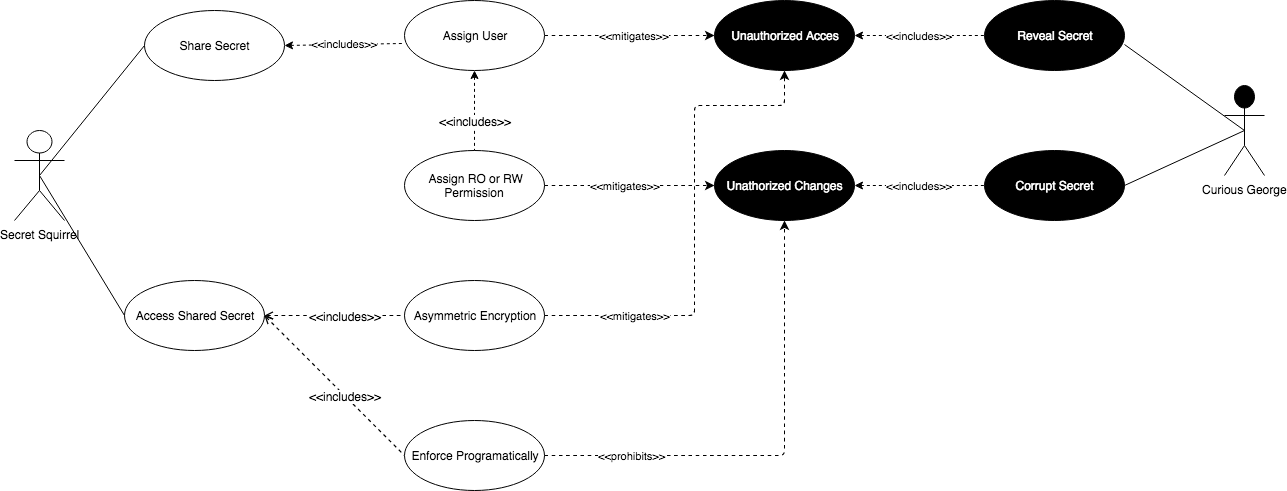
Earlier version of the draw.io export Images/Use Cases-Sharing.png (sdfrench/CYBR8420-GotRoot). Source tidied: cells renumbered, new cells last; positions are measured from the earlier drawing's top-left corner, leaving out a move shared by most shapes.
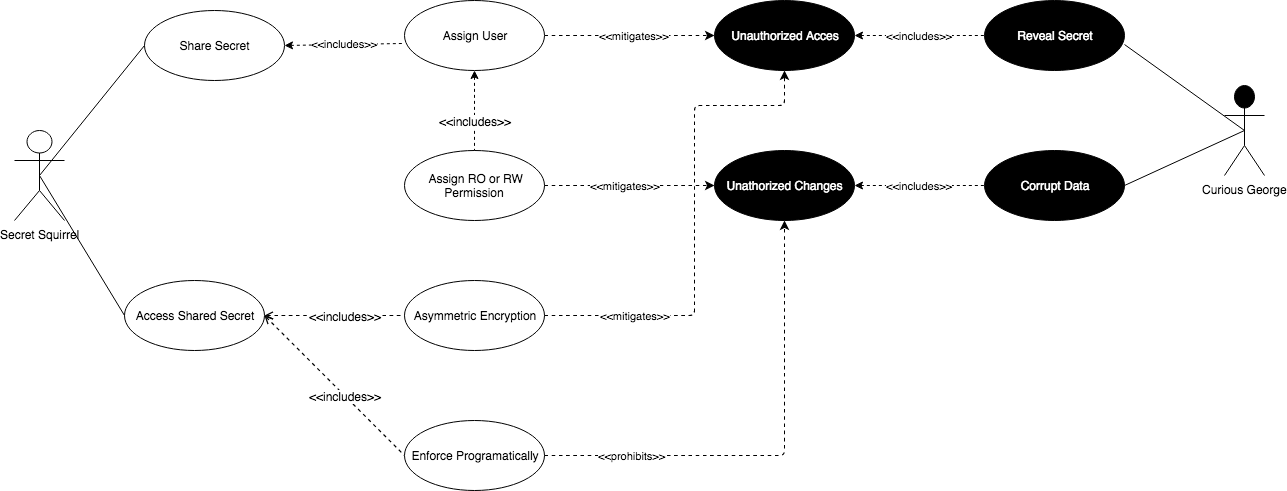
After the commit.

Diff of the diagram source:
```diff
@@ -19,7 +19,7 @@
     <mxCell id="6" value="Secret Squirrel" style="shape=umlActor;verticalLabelPosition=bottom;labelBackgroundColor=#ffffff;verticalAlign=top;html=1;" parent="1" vertex="1">
       <mxGeometry y="130" width="50" height="90" as="geometry" />
     </mxCell>
-    <mxCell id="7" value="Corrupt Secret" style="ellipse;whiteSpace=wrap;html=1;fillColor=#000000;fontColor=#FFFFFF;" parent="1" vertex="1">
+    <mxCell id="7" value="Corrupt Data" style="ellipse;whiteSpace=wrap;html=1;fillColor=#000000;fontColor=#FFFFFF;" parent="1" vertex="1">
       <mxGeometry x="970" y="150" width="140" height="70" as="geometry" />
     </mxCell>
     <mxCell id="8" value="&amp;lt;&amp;lt;mitigates&amp;gt;&amp;gt;" style="html=1;jettySize=18;fontSize=11;strokeOpacity=100;dashed=1;strokeWidth=1.2;rounded=1;arcSize=10;startArrow=none;endArrow=classic;entryX=0;entryY=0.5;entryDx=0;entryDy=0;endFill=1;startFill=0;exitX=1;exitY=0.5;exitDx=0;exitDy=0;" parent="1" edge="1" source="11" target="15">
```
